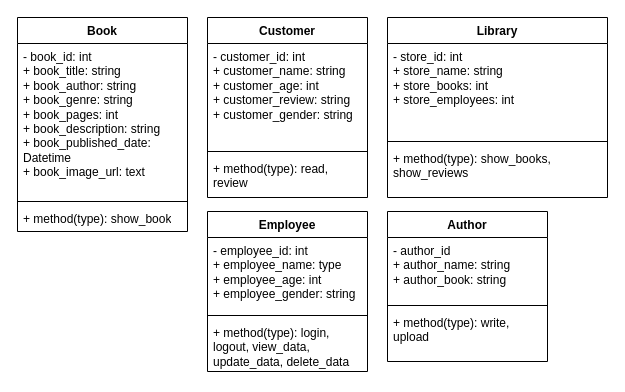
The draw.io diagram page "Page-2" (2 of 2) of Diagram Book Store.drawio in TLMazemaker/book-store, before the edit. Source tidied: cells renumbered, new cells numbered last; positions are measured from the earlier drawing's top-left corner, leaving out a move shared by most shapes. Both pictures are drawn from the tidied source at 100%, with x=0, y=0 at pixel (17, 17).
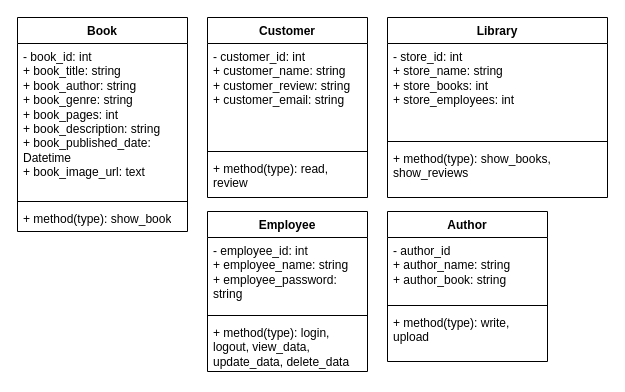
The same diagram, later.

The change refers to these unchanged cells:
```xml
<mxCell id="6" value="Customer" style="swimlane;fontStyle=1;align=center;verticalAlign=top;horizontal=1;startSize=26;whiteSpace=wrap;html=1;" parent="1" vertex="1">
  <mxGeometry x="190" width="160" height="180" as="geometry" />
</mxCell>
<mxCell id="14" value="Employee" style="swimlane;fontStyle=1;align=center;verticalAlign=top;horizontal=1;startSize=26;whiteSpace=wrap;html=1;" parent="1" vertex="1">
  <mxGeometry x="190" y="194" width="160" height="160" as="geometry" />
</mxCell>
```

Diff of the diagram source:
```diff
@@
-    <mxCell id="7" value="&lt;div&gt;- customer_id: int&lt;/div&gt;+ customer_name: string&lt;div&gt;+ customer_age: int&lt;/div&gt;&lt;div&gt;+ customer_review: string&lt;/div&gt;&lt;div&gt;+ customer_gender: string&lt;/div&gt;" style="text;strokeColor=none;fillColor=none;align=left;verticalAlign=top;spacingLeft=4;spacingRight=4;overflow=hidden;whiteSpace=wrap;html=1;" parent="6" vertex="1">
+    <mxCell id="7" value="&lt;div&gt;- customer_id: int&lt;/div&gt;+ customer_name: string&lt;div&gt;&lt;span style=&quot;background-color: transparent; color: light-dark(rgb(0, 0, 0), rgb(255, 255, 255));&quot;&gt;+ customer_review: string&lt;/span&gt;&lt;/div&gt;&lt;div&gt;+ customer_email: string&lt;/div&gt;" style="text;strokeColor=none;fillColor=none;align=left;verticalAlign=top;spacingLeft=4;spacingRight=4;overflow=hidden;whiteSpace=wrap;html=1;" parent="6" vertex="1">
       <mxGeometry y="26" width="160" height="104" as="geometry" />
     </mxCell>
@@
-    <mxCell id="15" value="&lt;div&gt;- employee_id: int&lt;/div&gt;+ employee_name: type&lt;div&gt;+ employee_age: int&lt;/div&gt;&lt;div&gt;+ employee_gender: string&lt;/div&gt;" style="text;strokeColor=none;fillColor=none;align=left;verticalAlign=top;spacingLeft=4;spacingRight=4;overflow=hidden;whiteSpace=wrap;html=1;" parent="14" vertex="1">
+    <mxCell id="15" value="&lt;div&gt;- employee_id: int&lt;/div&gt;+ employee_name: string&lt;div&gt;&lt;span style=&quot;background-color: transparent; color: light-dark(rgb(0, 0, 0), rgb(255, 255, 255));&quot;&gt;+ employee_password: string&lt;/span&gt;&lt;/div&gt;" style="text;strokeColor=none;fillColor=none;align=left;verticalAlign=top;spacingLeft=4;spacingRight=4;overflow=hidden;whiteSpace=wrap;html=1;" parent="14" vertex="1">
       <mxGeometry y="26" width="160" height="74" as="geometry" />
     </mxCell>
```
